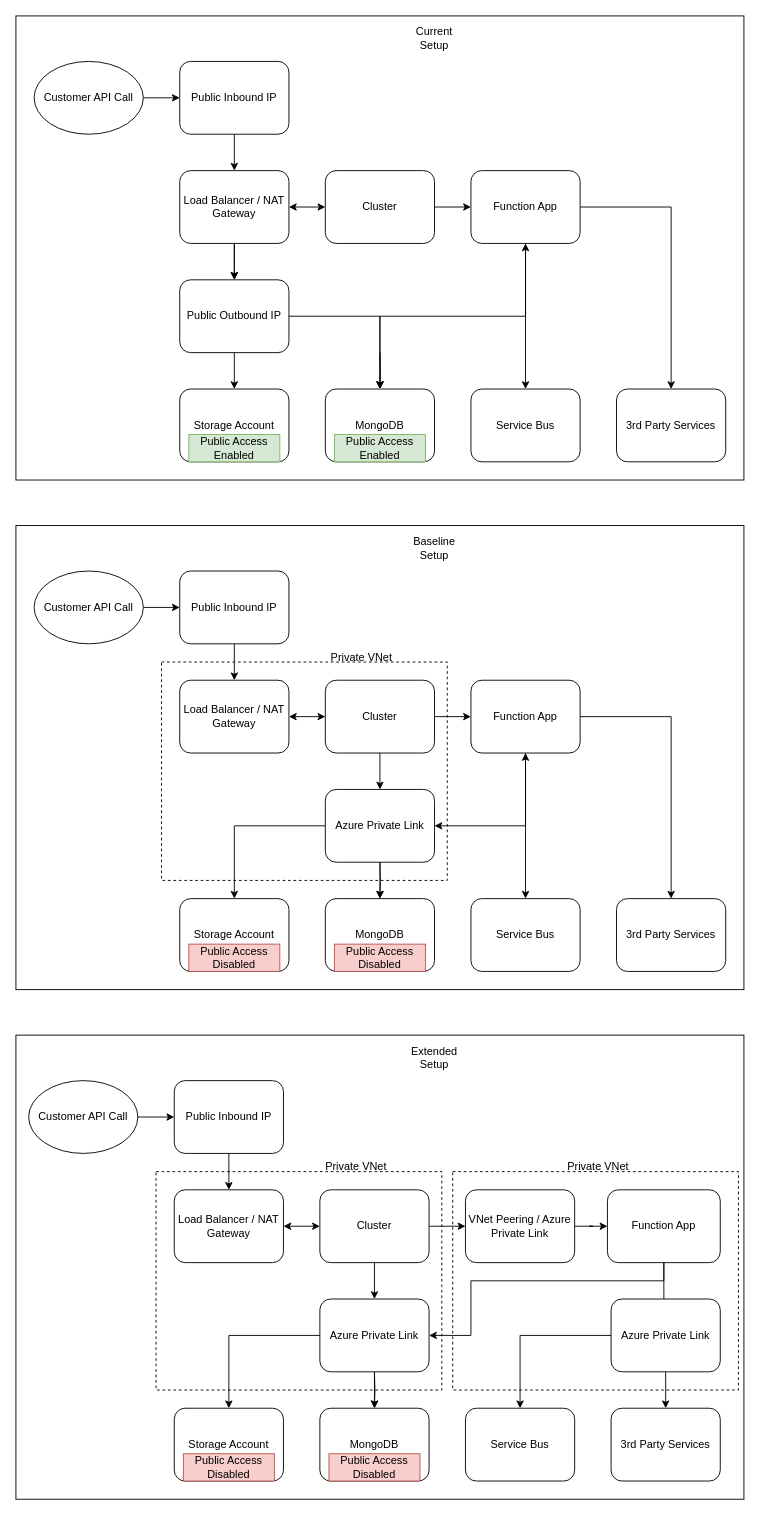
Earlier version of the draw.io diagram network-segmentation.drawio (fredyeah/diagrams). Source tidied: cells renumbered, new cells numbered last; positions are measured from the earlier drawing's top-left corner, leaving out a move shared by most shapes. Both pictures are drawn from the tidied source at 91%, with x=0, y=0 at pixel (15, 15).
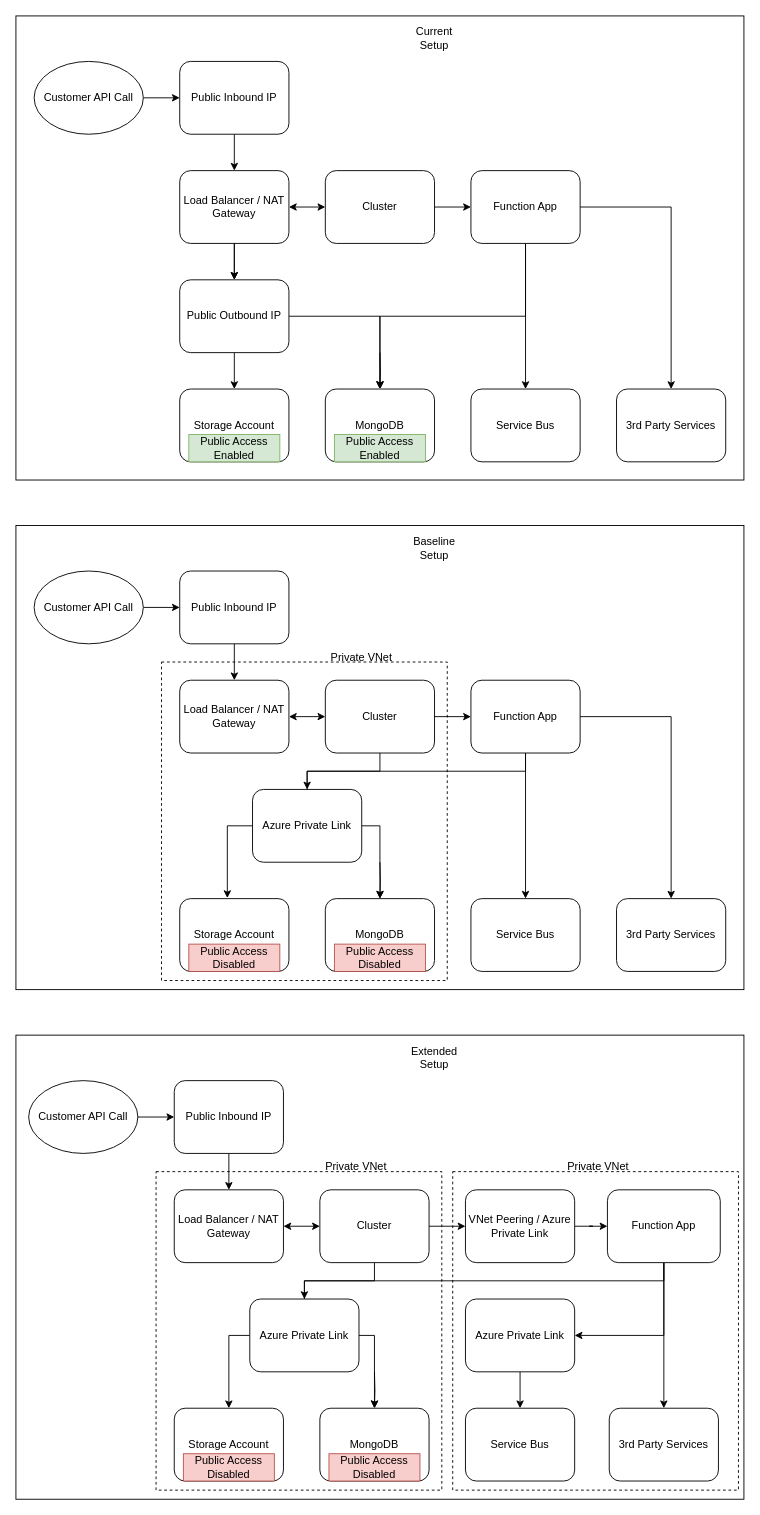
The same diagram, later.

The change refers to these unchanged cells:
```xml
<mxCell id="15" value="Function App" style="rounded=1;whiteSpace=wrap;html=1;" parent="1" vertex="1">
  <mxGeometry x="500" y="170" width="120" height="80" as="geometry" />
</mxCell>
<mxCell id="16" value="Service Bus" style="rounded=1;whiteSpace=wrap;html=1;" parent="1" vertex="1">
  <mxGeometry x="500" y="410" width="120" height="80" as="geometry" />
</mxCell>
<mxCell id="31" value="Storage Account" style="rounded=1;whiteSpace=wrap;html=1;" parent="1" vertex="1">
  <mxGeometry x="180" y="970" width="120" height="80" as="geometry" />
</mxCell>
<mxCell id="37" value="Function App" style="rounded=1;whiteSpace=wrap;html=1;" parent="1" vertex="1">
  <mxGeometry x="500" y="730" width="120" height="80" as="geometry" />
</mxCell>
<mxCell id="38" value="Service Bus" style="rounded=1;whiteSpace=wrap;html=1;" parent="1" vertex="1">
  <mxGeometry x="500" y="970" width="120" height="80" as="geometry" />
</mxCell>
<mxCell id="53" value="Storage Account" style="rounded=1;whiteSpace=wrap;html=1;" parent="1" vertex="1">
  <mxGeometry x="174" y="1530" width="120" height="80" as="geometry" />
</mxCell>
<mxCell id="58" value="Function App" style="rounded=1;whiteSpace=wrap;html=1;" parent="1" vertex="1">
  <mxGeometry x="650" y="1290" width="124" height="80" as="geometry" />
</mxCell>
```

What changed in the source:
```diff
@@
     <mxCell id="5" style="rounded=0;whiteSpace=wrap;html=1;fillColor=none;dashed=1;" parent="1" vertex="1">
-      <mxGeometry x="160" y="710" width="314" height="240" as="geometry" />
+      <mxGeometry x="160" y="710" width="314" height="350" as="geometry" />
     </mxCell>
     <mxCell id="6" style="rounded=0;whiteSpace=wrap;html=1;fillColor=none;dashed=1;" parent="1" vertex="1">
-      <mxGeometry x="480" y="1270" width="314" height="240" as="geometry" />
+      <mxGeometry x="480" y="1270" width="314" height="350" as="geometry" />
     </mxCell>
     <mxCell id="7" style="rounded=0;whiteSpace=wrap;html=1;fillColor=none;dashed=1;" parent="1" vertex="1">
-      <mxGeometry x="154" y="1270" width="314" height="240" as="geometry" />
+      <mxGeometry x="154" y="1270" width="314" height="350" as="geometry" />
     </mxCell>
@@
-    <mxCell id="12" style="edgeStyle=orthogonalEdgeStyle;rounded=0;jettySize=auto;html=1;entryX=0.5;entryY=0;entryDx=0;entryDy=0;startArrow=classic;startFill=1;" parent="1" edge="1" source="15" target="16">
+    <mxCell id="12" style="edgeStyle=orthogonalEdgeStyle;rounded=0;jettySize=auto;html=1;entryX=0.5;entryY=0;entryDx=0;entryDy=0;startArrow=none;startFill=0;" parent="1" edge="1" source="15" target="16">
       <mxGeometry relative="1" as="geometry" />
     </mxCell>
@@
-    <mxCell id="30" style="edgeStyle=orthogonalEdgeStyle;rounded=0;jettySize=auto;html=1;entryX=0.5;entryY=0;entryDx=0;entryDy=0;startArrow=none;startFill=0;exitX=0.5;exitY=1;exitDx=0;exitDy=0;" parent="1" edge="1" source="46" target="31">
-      <mxGeometry relative="1" as="geometry">
-        <Array as="points">
-          <mxPoint x="400" y="890" />
-          <mxPoint x="240" y="890" />
-        </Array>
-      </mxGeometry>
-    </mxCell>
@@
-    <mxCell id="34" style="edgeStyle=orthogonalEdgeStyle;rounded=0;jettySize=auto;html=1;entryX=0.5;entryY=0;entryDx=0;entryDy=0;startArrow=classic;startFill=1;" parent="1" edge="1" source="37" target="38">
+    <mxCell id="34" style="edgeStyle=orthogonalEdgeStyle;rounded=0;jettySize=auto;html=1;entryX=0.5;entryY=0;entryDx=0;entryDy=0;startArrow=none;startFill=0;" parent="1" edge="1" source="37" target="38">
       <mxGeometry relative="1" as="geometry" />
     </mxCell>
@@
     <mxCell id="36" style="edgeStyle=orthogonalEdgeStyle;rounded=0;jettySize=auto;html=1;entryX=1;entryY=0.5;entryDx=0;entryDy=0;" parent="1" edge="1" source="37" target="46">
       <mxGeometry relative="1" as="geometry">
         <Array as="points">
-          <mxPoint x="560" y="890" />
+          <mxPoint x="560" y="830" />
+          <mxPoint x="320" y="830" />
+          <mxPoint x="320" y="890" />
         </Array>
       </mxGeometry>
     </mxCell>
@@
     <mxCell id="46" value="Azure Private Link" style="rounded=1;whiteSpace=wrap;html=1;" parent="1" vertex="1">
-      <mxGeometry x="340" y="850" width="120" height="80" as="geometry" />
+      <mxGeometry x="260" y="850" width="120" height="80" as="geometry" />
     </mxCell>
@@
-    <mxCell id="52" style="edgeStyle=orthogonalEdgeStyle;rounded=0;jettySize=auto;html=1;entryX=0.5;entryY=0;entryDx=0;entryDy=0;startArrow=none;startFill=0;exitX=0.5;exitY=1;exitDx=0;exitDy=0;" parent="1" edge="1" source="67" target="53">
-      <mxGeometry relative="1" as="geometry">
-        <Array as="points">
-          <mxPoint x="394" y="1450" />
-          <mxPoint x="234" y="1450" />
-        </Array>
-      </mxGeometry>
-    </mxCell>
@@
+    <mxCell id="57" style="edgeStyle=orthogonalEdgeStyle;rounded=0;jettySize=auto;html=1;entryX=1;entryY=0.5;entryDx=0;entryDy=0;" parent="1" edge="1" source="58" target="67">
+      <mxGeometry relative="1" as="geometry">
+        <Array as="points">
+          <mxPoint x="712" y="1390" />
+          <mxPoint x="317" y="1390" />
+          <mxPoint x="317" y="1450" />
+        </Array>
+      </mxGeometry>
+    </mxCell>
@@
-    <mxCell id="57" style="edgeStyle=orthogonalEdgeStyle;rounded=0;jettySize=auto;html=1;entryX=1;entryY=0.5;entryDx=0;entryDy=0;" parent="1" edge="1" source="58" target="67">
-      <mxGeometry relative="1" as="geometry">
-        <Array as="points">
-          <mxPoint x="712" y="1390" />
-          <mxPoint x="500" y="1390" />
-          <mxPoint x="500" y="1450" />
-        </Array>
-      </mxGeometry>
-    </mxCell>
+    <mxCell id="87" style="edgeStyle=orthogonalEdgeStyle;rounded=0;jettySize=auto;html=1;entryX=1;entryY=0.5;entryDx=0;entryDy=0;" parent="1" edge="1" source="58" target="74">
+      <mxGeometry relative="1" as="geometry">
+        <Array as="points">
+          <mxPoint x="712" y="1450" />
+        </Array>
+      </mxGeometry>
+    </mxCell>
@@
     <mxCell id="60" value="3rd Party Services" style="rounded=1;whiteSpace=wrap;html=1;" parent="1" vertex="1">
-      <mxGeometry x="654" y="1530" width="120" height="80" as="geometry" />
+      <mxGeometry x="652" y="1530" width="120" height="80" as="geometry" />
     </mxCell>
@@
+    <mxCell id="52" style="edgeStyle=orthogonalEdgeStyle;rounded=0;jettySize=auto;html=1;entryX=0.5;entryY=0;entryDx=0;entryDy=0;" parent="1" edge="1" source="67" target="53">
+      <mxGeometry relative="1" as="geometry">
+        <Array as="points">
+          <mxPoint x="234" y="1450" />
+        </Array>
+      </mxGeometry>
+    </mxCell>
     <mxCell id="67" value="Azure Private Link" style="rounded=1;whiteSpace=wrap;html=1;" parent="1" vertex="1">
-      <mxGeometry x="334" y="1410" width="120" height="80" as="geometry" />
+      <mxGeometry x="257" y="1410" width="120" height="80" as="geometry" />
     </mxCell>
@@
     <mxCell id="74" value="Azure Private Link" style="rounded=1;whiteSpace=wrap;html=1;" parent="1" vertex="1">
-      <mxGeometry x="654" y="1410" width="120" height="80" as="geometry" />
+      <mxGeometry x="494" y="1410" width="120" height="80" as="geometry" />
     </mxCell>
@@
+    <mxCell id="30" style="edgeStyle=orthogonalEdgeStyle;rounded=0;jettySize=auto;html=1;entryX=0.436;entryY=-0.008;entryDx=0;entryDy=0;entryPerimeter=0;" parent="1" edge="1" source="46" target="31">
+      <mxGeometry relative="1" as="geometry">
+        <Array as="points">
+          <mxPoint x="232" y="890" />
+        </Array>
+      </mxGeometry>
+    </mxCell>
```
